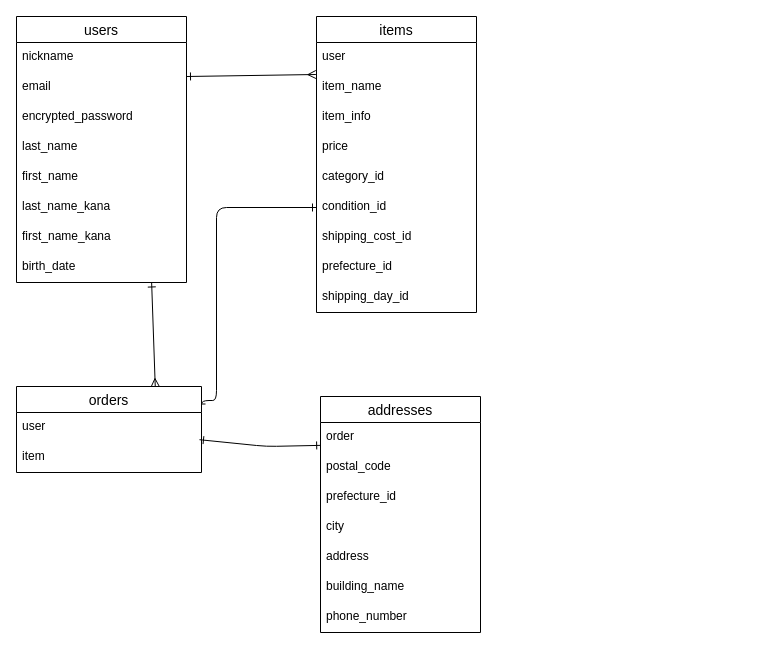
This is furima.dio from saika3110/furima-40416, a draw.io file, before an edit. Source tidied: cells renumbered, new cells numbered last; positions are measured from the earlier drawing's top-left corner, leaving out a move shared by most shapes. Both pictures are drawn from the tidied source at 100%, with x=0, y=0 at pixel (16, 16).
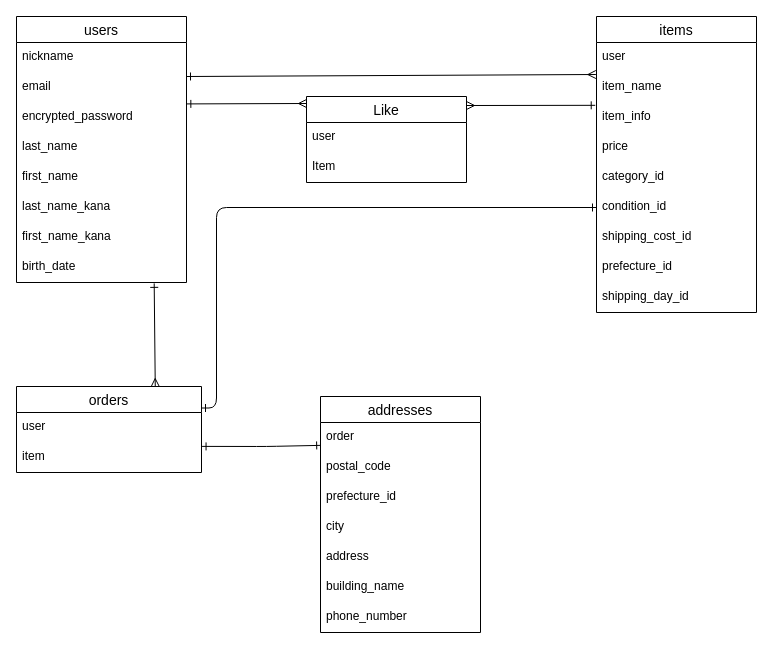
After the change.

Unchanged cells that the change refers to:
```xml
<mxCell id="6" value="encrypted_password" style="text;strokeColor=none;fillColor=none;spacingLeft=4;spacingRight=4;overflow=hidden;points=[[0,0.5],[1,0.5]];portConstraint=eastwest;fontSize=12;" parent="3" vertex="1">
  <mxGeometry y="86" width="170" height="30" as="geometry" />
</mxCell>
<mxCell id="11" value="birth_date" style="text;strokeColor=none;fillColor=none;spacingLeft=4;spacingRight=4;overflow=hidden;points=[[0,0.5],[1,0.5]];portConstraint=eastwest;fontSize=12;" parent="3" vertex="1">
  <mxGeometry y="236" width="170" height="30" as="geometry" />
</mxCell>
<mxCell id="15" value="item_info" style="text;strokeColor=none;fillColor=none;spacingLeft=4;spacingRight=4;overflow=hidden;points=[[0,0.5],[1,0.5]];portConstraint=eastwest;fontSize=12;" parent="12" vertex="1">
  <mxGeometry y="86" width="160" height="30" as="geometry" />
</mxCell>
<mxCell id="18" value="condition_id" style="text;strokeColor=none;fillColor=none;spacingLeft=4;spacingRight=4;overflow=hidden;points=[[0,0.5],[1,0.5]];portConstraint=eastwest;fontSize=12;" parent="12" vertex="1">
  <mxGeometry y="176" width="160" height="30" as="geometry" />
</mxCell>
<mxCell id="24" value="orders" style="swimlane;fontStyle=0;horizontal=1;startSize=26;align=center;fontSize=14;" parent="1" vertex="1">
  <mxGeometry y="370" width="185" height="86" as="geometry" />
</mxCell>
<mxCell id="25" value="user&#10;" style="text;strokeColor=none;fillColor=none;spacingLeft=4;spacingRight=4;overflow=hidden;points=[[0,0.5],[1,0.5]];portConstraint=eastwest;fontSize=12;" parent="24" vertex="1">
  <mxGeometry y="26" width="185" height="30" as="geometry" />
</mxCell>
<mxCell id="26" value="item" style="text;strokeColor=none;fillColor=none;spacingLeft=4;spacingRight=4;overflow=hidden;points=[[0,0.5],[1,0.5]];portConstraint=eastwest;fontSize=12;" parent="24" vertex="1">
  <mxGeometry y="56" width="185" height="30" as="geometry" />
</mxCell>
<mxCell id="29" value="order&#10;" style="text;strokeColor=none;fillColor=none;spacingLeft=4;spacingRight=4;overflow=hidden;points=[[0,0.5],[1,0.5]];portConstraint=eastwest;fontSize=12;" parent="28" vertex="1">
  <mxGeometry y="26" width="160" height="30" as="geometry" />
</mxCell>
```

Change to the diagram source:
```diff
@@
     <mxCell id="12" value="items" style="swimlane;fontStyle=0;horizontal=1;startSize=26;align=center;fontSize=14;" parent="1" vertex="1">
-      <mxGeometry x="300" width="160" height="296" as="geometry" />
+      <mxGeometry x="580" width="160" height="296" as="geometry" />
     </mxCell>
@@
-    <mxCell id="22" style="edgeStyle=none;html=1;exitX=0.75;exitY=0;exitDx=0;exitDy=0;startArrow=ERmany;startFill=0;endArrow=ERone;endFill=0;entryX=0.795;entryY=1.016;entryDx=0;entryDy=0;entryPerimeter=0;" parent="1" edge="1" source="24" target="11">
+    <mxCell id="22" style="edgeStyle=none;html=1;exitX=0.75;exitY=0;exitDx=0;exitDy=0;startArrow=ERmany;startFill=0;endArrow=ERone;endFill=0;entryX=0.81;entryY=1.029;entryDx=0;entryDy=0;entryPerimeter=0;" parent="1" edge="1" source="24" target="11">
       <mxGeometry relative="1" as="geometry" />
     </mxCell>
     <mxCell id="23" style="edgeStyle=orthogonalEdgeStyle;html=1;exitX=1;exitY=0.25;exitDx=0;exitDy=0;entryX=0;entryY=0.5;entryDx=0;entryDy=0;startArrow=ERone;startFill=0;endArrow=ERone;endFill=0;" parent="1" edge="1" source="24" target="18">
       <mxGeometry relative="1" as="geometry">
         <Array as="points">
-          <mxPoint x="200" y="384" />
+          <mxPoint x="200" y="391" />
           <mxPoint x="200" y="191" />
         </Array>
       </mxGeometry>
     </mxCell>
@@
-    <mxCell id="27" style="edgeStyle=none;html=1;entryX=0.989;entryY=0.907;entryDx=0;entryDy=0;startArrow=ERone;startFill=0;endArrow=ERone;endFill=0;exitX=0.001;exitY=0.762;exitDx=0;exitDy=0;exitPerimeter=0;entryPerimeter=0;" parent="1" edge="1" source="29" target="25">
+    <mxCell id="27" style="edgeStyle=none;html=1;entryX=1.003;entryY=0.13;entryDx=0;entryDy=0;startArrow=ERone;startFill=0;endArrow=ERone;endFill=0;exitX=0.001;exitY=0.762;exitDx=0;exitDy=0;exitPerimeter=0;entryPerimeter=0;" parent="1" edge="1" source="29" target="26">
       <mxGeometry relative="1" as="geometry">
         <Array as="points">
           <mxPoint x="250" y="430" />
         </Array>
       </mxGeometry>
     </mxCell>
@@
+    <mxCell id="36" value="Like" style="swimlane;fontStyle=0;horizontal=1;startSize=26;align=center;fontSize=14;" parent="1" vertex="1">
+      <mxGeometry x="290" y="80" width="160" height="86" as="geometry" />
+    </mxCell>
+    <mxCell id="37" value="user" style="text;strokeColor=none;fillColor=none;spacingLeft=4;spacingRight=4;overflow=hidden;fontSize=12;" parent="36" vertex="1">
+      <mxGeometry y="26" width="160" height="30" as="geometry" />
+    </mxCell>
+    <mxCell id="38" value="Item" style="text;strokeColor=none;fillColor=none;spacingLeft=4;spacingRight=4;overflow=hidden;fontSize=12;" parent="36" vertex="1">
+      <mxGeometry y="56" width="160" height="30" as="geometry" />
+    </mxCell>
+    <mxCell id="39" style="html=1;endArrow=ERmany;endFill=0;startArrow=ERone;startFill=0;exitX=1.002;exitY=0.047;exitDx=0;exitDy=0;exitPerimeter=0;" parent="1" edge="1" source="6">
+      <mxGeometry relative="1" as="geometry">
+        <mxPoint x="290" y="87" as="targetPoint" />
+      </mxGeometry>
+    </mxCell>
+    <mxCell id="40" style="edgeStyle=none;html=1;exitX=-0.008;exitY=0.094;exitDx=0;exitDy=0;startArrow=ERone;startFill=0;endArrow=ERmany;endFill=0;exitPerimeter=0;" parent="1" edge="1" source="15">
+      <mxGeometry relative="1" as="geometry">
+        <mxPoint x="450" y="89" as="targetPoint" />
+      </mxGeometry>
+    </mxCell>
```
